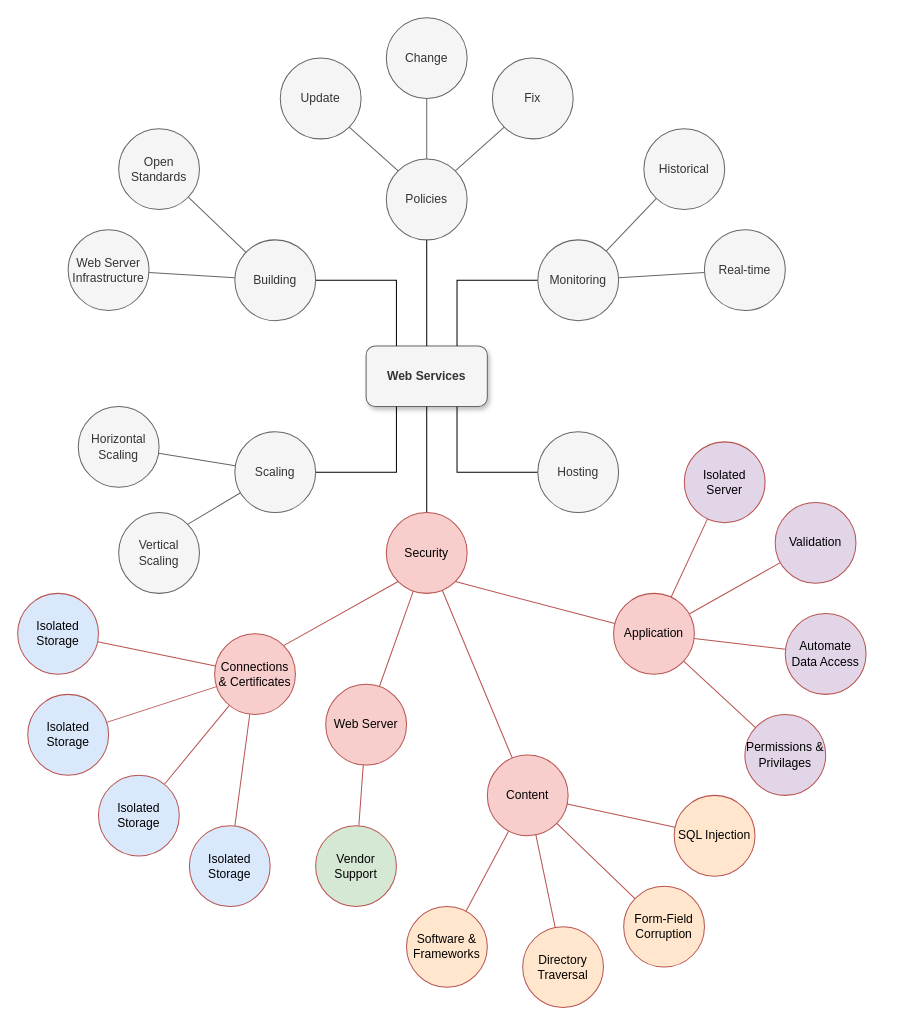
The draw.io diagram uagc/cyb300/Support of a Service - System Security Application.drawio in chongjk88/education, before the edit. Source tidied: cells renumbered, new cells numbered last; positions are measured from the earlier drawing's top-left corner, leaving out a move shared by most shapes. Both pictures are drawn from the tidied source at 101%, with x=0, y=0 at pixel (17, 17).
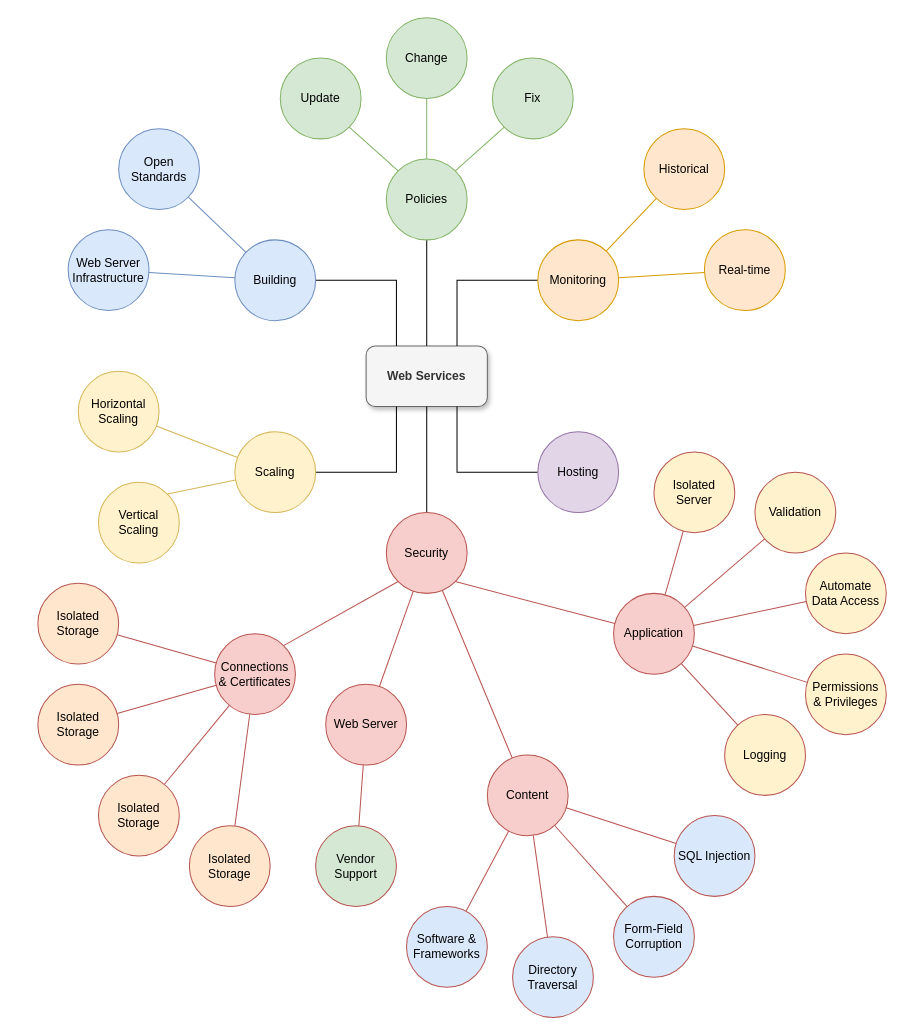
The same page after the edit.

The change refers to these unchanged cells:
```xml
<mxCell id="30" value="Content" style="ellipse;whiteSpace=wrap;html=1;fillColor=#f8cecc;strokeColor=#B85450;" parent="1" vertex="1">
  <mxGeometry x="465" y="730" width="80" height="80" as="geometry" />
</mxCell>
```

The edit, as a diff of the source:
```diff
@@
-    <mxCell id="4" value="Building" style="ellipse;whiteSpace=wrap;html=1;fillColor=#f5f5f5;strokeColor=#666666;fontColor=#333333;" parent="1" vertex="1">
+    <mxCell id="4" value="Building" style="ellipse;whiteSpace=wrap;html=1;fillColor=#dae8fc;strokeColor=#6c8ebf;" parent="1" vertex="1">
       <mxGeometry x="215" y="220" width="80" height="80" as="geometry" />
     </mxCell>
@@
-    <mxCell id="6" value="Policies" style="ellipse;whiteSpace=wrap;html=1;fillColor=#f5f5f5;strokeColor=#666666;fontColor=#333333;" parent="1" vertex="1">
+    <mxCell id="6" value="Policies" style="ellipse;whiteSpace=wrap;html=1;fillColor=#d5e8d4;strokeColor=#82b366;" parent="1" vertex="1">
       <mxGeometry x="365" y="140" width="80" height="80" as="geometry" />
     </mxCell>
@@
-    <mxCell id="8" value="Monitoring" style="ellipse;whiteSpace=wrap;html=1;fillColor=#f5f5f5;strokeColor=#666666;fontColor=#333333;" parent="1" vertex="1">
+    <mxCell id="8" value="Monitoring" style="ellipse;whiteSpace=wrap;html=1;fillColor=#ffe6cc;strokeColor=#d79b00;" parent="1" vertex="1">
       <mxGeometry x="515" y="220" width="80" height="80" as="geometry" />
     </mxCell>
@@
-    <mxCell id="10" value="Scaling" style="ellipse;whiteSpace=wrap;html=1;fillColor=#f5f5f5;strokeColor=#666666;fontColor=#333333;" parent="1" vertex="1">
+    <mxCell id="10" value="Scaling" style="ellipse;whiteSpace=wrap;html=1;fillColor=#fff2cc;strokeColor=#d6b656;" parent="1" vertex="1">
       <mxGeometry x="215" y="410" width="80" height="80" as="geometry" />
     </mxCell>
@@
-    <mxCell id="12" value="Hosting" style="ellipse;whiteSpace=wrap;html=1;fillColor=#f5f5f5;strokeColor=#666666;fontColor=#333333;" parent="1" vertex="1">
+    <mxCell id="12" value="Hosting" style="ellipse;whiteSpace=wrap;html=1;fillColor=#e1d5e7;strokeColor=#9673a6;" parent="1" vertex="1">
       <mxGeometry x="515" y="410" width="80" height="80" as="geometry" />
     </mxCell>
@@
-    <mxCell id="14" value="Security" style="ellipse;whiteSpace=wrap;html=1;fillColor=#f8cecc;strokeColor=#b85450;" parent="1" vertex="1">
+    <mxCell id="14" value="Security" style="ellipse;whiteSpace=wrap;html=1;fillColor=#f8cecc;strokeColor=#B85450;" parent="1" vertex="1">
       <mxGeometry x="365" y="490" width="80" height="80" as="geometry" />
     </mxCell>
-    <mxCell id="15" style="edgeStyle=none;rounded=0;jettySize=auto;html=1;exitX=0;exitY=1;exitDx=0;exitDy=0;entryX=1;entryY=0;entryDx=0;entryDy=0;endArrow=none;endFill=0;fillColor=#f5f5f5;strokeColor=#666666;" parent="1" edge="1" source="16" target="6">
+    <mxCell id="15" style="edgeStyle=none;rounded=0;jettySize=auto;html=1;exitX=0;exitY=1;exitDx=0;exitDy=0;entryX=1;entryY=0;entryDx=0;entryDy=0;endArrow=none;endFill=0;fillColor=#d5e8d4;strokeColor=#82b366;" parent="1" edge="1" source="16" target="6">
       <mxGeometry relative="1" as="geometry" />
     </mxCell>
-    <mxCell id="16" value="Fix" style="ellipse;whiteSpace=wrap;html=1;fillColor=#f5f5f5;strokeColor=#666666;fontColor=#333333;" parent="1" vertex="1">
+    <mxCell id="16" value="Fix" style="ellipse;whiteSpace=wrap;html=1;fillColor=#d5e8d4;strokeColor=#82b366;" parent="1" vertex="1">
       <mxGeometry x="470" y="40" width="80" height="80" as="geometry" />
     </mxCell>
-    <mxCell id="17" style="edgeStyle=none;rounded=0;jettySize=auto;html=1;entryX=0.5;entryY=0;entryDx=0;entryDy=0;endArrow=none;endFill=0;fillColor=#f5f5f5;strokeColor=#666666;" parent="1" edge="1" source="18" target="6">
+    <mxCell id="17" style="edgeStyle=none;rounded=0;jettySize=auto;html=1;entryX=0.5;entryY=0;entryDx=0;entryDy=0;endArrow=none;endFill=0;fillColor=#d5e8d4;strokeColor=#82b366;" parent="1" edge="1" source="18" target="6">
       <mxGeometry relative="1" as="geometry" />
     </mxCell>
-    <mxCell id="18" value="Change" style="ellipse;whiteSpace=wrap;html=1;fillColor=#f5f5f5;strokeColor=#666666;fontColor=#333333;" parent="1" vertex="1">
+    <mxCell id="18" value="Change" style="ellipse;whiteSpace=wrap;html=1;fillColor=#d5e8d4;strokeColor=#82b366;" parent="1" vertex="1">
       <mxGeometry x="365" width="80" height="80" as="geometry" />
     </mxCell>
-    <mxCell id="19" style="rounded=0;jettySize=auto;html=1;exitX=1;exitY=1;exitDx=0;exitDy=0;entryX=0;entryY=0;entryDx=0;entryDy=0;endArrow=none;endFill=0;fillColor=#f5f5f5;strokeColor=#666666;" parent="1" edge="1" source="20" target="6">
+    <mxCell id="19" style="rounded=0;jettySize=auto;html=1;exitX=1;exitY=1;exitDx=0;exitDy=0;entryX=0;entryY=0;entryDx=0;entryDy=0;endArrow=none;endFill=0;fillColor=#d5e8d4;strokeColor=#82b366;" parent="1" edge="1" source="20" target="6">
       <mxGeometry relative="1" as="geometry" />
     </mxCell>
-    <mxCell id="20" value="Update" style="ellipse;whiteSpace=wrap;html=1;fillColor=#f5f5f5;strokeColor=#666666;fontColor=#333333;" parent="1" vertex="1">
+    <mxCell id="20" value="Update" style="ellipse;whiteSpace=wrap;html=1;fillColor=#d5e8d4;strokeColor=#82b366;" parent="1" vertex="1">
       <mxGeometry x="260" y="40" width="80" height="80" as="geometry" />
     </mxCell>
-    <mxCell id="21" style="edgeStyle=none;rounded=0;jettySize=auto;html=1;endArrow=none;endFill=0;fillColor=#f5f5f5;strokeColor=#666666;" parent="1" edge="1" source="22" target="4">
+    <mxCell id="21" style="edgeStyle=none;rounded=0;jettySize=auto;html=1;endArrow=none;endFill=0;fillColor=#dae8fc;strokeColor=#6c8ebf;" parent="1" edge="1" source="22" target="4">
       <mxGeometry relative="1" as="geometry" />
     </mxCell>
-    <mxCell id="22" value="Open Standards" style="ellipse;whiteSpace=wrap;html=1;fillColor=#f5f5f5;strokeColor=#666666;fontColor=#333333;" parent="1" vertex="1">
+    <mxCell id="22" value="Open Standards" style="ellipse;whiteSpace=wrap;html=1;fillColor=#dae8fc;strokeColor=#6c8ebf;" parent="1" vertex="1">
       <mxGeometry x="100" y="110" width="80" height="80" as="geometry" />
     </mxCell>
-    <mxCell id="23" style="edgeStyle=none;rounded=0;jettySize=auto;html=1;endArrow=none;endFill=0;fillColor=#f5f5f5;strokeColor=#666666;" parent="1" edge="1" source="24" target="4">
+    <mxCell id="23" style="edgeStyle=none;rounded=0;jettySize=auto;html=1;endArrow=none;endFill=0;fillColor=#dae8fc;strokeColor=#6c8ebf;" parent="1" edge="1" source="24" target="4">
       <mxGeometry relative="1" as="geometry" />
     </mxCell>
-    <mxCell id="24" value="Web Server Infrastructure" style="ellipse;whiteSpace=wrap;html=1;fillColor=#f5f5f5;strokeColor=#666666;fontColor=#333333;" parent="1" vertex="1">
+    <mxCell id="24" value="Web Server Infrastructure" style="ellipse;whiteSpace=wrap;html=1;fillColor=#dae8fc;strokeColor=#6c8ebf;" parent="1" vertex="1">
       <mxGeometry x="50" y="210" width="80" height="80" as="geometry" />
     </mxCell>
-    <mxCell id="25" style="edgeStyle=none;rounded=0;jettySize=auto;html=1;exitX=1;exitY=0;exitDx=0;exitDy=0;entryX=0;entryY=1;entryDx=0;entryDy=0;endArrow=none;endFill=0;fillColor=#f8cecc;strokeColor=#b85450;" parent="1" edge="1" source="26" target="14">
+    <mxCell id="25" style="edgeStyle=none;rounded=0;jettySize=auto;html=1;exitX=1;exitY=0;exitDx=0;exitDy=0;entryX=0;entryY=1;entryDx=0;entryDy=0;endArrow=none;endFill=0;fillColor=#f8cecc;strokeColor=#B85450;" parent="1" edge="1" source="26" target="14">
       <mxGeometry relative="1" as="geometry" />
     </mxCell>
-    <mxCell id="26" value="Connections &amp;amp; Certificates" style="ellipse;whiteSpace=wrap;html=1;fillColor=#f8cecc;strokeColor=#b85450;" parent="1" vertex="1">
+    <mxCell id="26" value="Connections &amp;amp; Certificates" style="ellipse;whiteSpace=wrap;html=1;fillColor=#f8cecc;strokeColor=#B85450;" parent="1" vertex="1">
       <mxGeometry x="195" y="610" width="80" height="80" as="geometry" />
     </mxCell>
-    <mxCell id="27" style="edgeStyle=none;rounded=0;jettySize=auto;html=1;endArrow=none;endFill=0;fillColor=#f8cecc;strokeColor=#b85450;" parent="1" edge="1" source="28" target="14">
+    <mxCell id="27" style="edgeStyle=none;rounded=0;jettySize=auto;html=1;endArrow=none;endFill=0;fillColor=#f8cecc;strokeColor=#B85450;" parent="1" edge="1" source="28" target="14">
       <mxGeometry relative="1" as="geometry" />
     </mxCell>
-    <mxCell id="28" value="Web Server" style="ellipse;whiteSpace=wrap;html=1;fillColor=#f8cecc;strokeColor=#b85450;" parent="1" vertex="1">
+    <mxCell id="28" value="Web Server" style="ellipse;whiteSpace=wrap;html=1;fillColor=#f8cecc;strokeColor=#B85450;" parent="1" vertex="1">
       <mxGeometry x="305" y="660" width="80" height="80" as="geometry" />
     </mxCell>
-    <mxCell id="29" style="edgeStyle=none;rounded=0;jettySize=auto;html=1;endArrow=none;endFill=0;fillColor=#f8cecc;strokeColor=#b85450;" parent="1" edge="1" source="30" target="14">
+    <mxCell id="29" style="edgeStyle=none;rounded=0;jettySize=auto;html=1;endArrow=none;endFill=0;fillColor=#f8cecc;strokeColor=#B85450;" parent="1" edge="1" source="30" target="14">
       <mxGeometry relative="1" as="geometry" />
     </mxCell>
@@
-    <mxCell id="31" style="edgeStyle=none;rounded=0;jettySize=auto;html=1;entryX=1;entryY=1;entryDx=0;entryDy=0;endArrow=none;endFill=0;fillColor=#f8cecc;strokeColor=#b85450;" parent="1" edge="1" source="32" target="14">
+    <mxCell id="31" style="edgeStyle=none;rounded=0;jettySize=auto;html=1;entryX=1;entryY=1;entryDx=0;entryDy=0;endArrow=none;endFill=0;fillColor=#f8cecc;strokeColor=#B85450;" parent="1" edge="1" source="32" target="14">
       <mxGeometry relative="1" as="geometry" />
     </mxCell>
-    <mxCell id="32" value="Application" style="ellipse;whiteSpace=wrap;html=1;fillColor=#f8cecc;strokeColor=#b85450;" parent="1" vertex="1">
+    <mxCell id="32" value="Application" style="ellipse;whiteSpace=wrap;html=1;fillColor=#f8cecc;strokeColor=#B85450;" parent="1" vertex="1">
       <mxGeometry x="590" y="570" width="80" height="80" as="geometry" />
     </mxCell>
-    <mxCell id="33" style="edgeStyle=none;rounded=0;jettySize=auto;html=1;endArrow=none;endFill=0;fillColor=#f5f5f5;strokeColor=#666666;" parent="1" edge="1" source="34" target="8">
+    <mxCell id="33" style="edgeStyle=none;rounded=0;jettySize=auto;html=1;endArrow=none;endFill=0;fillColor=#ffe6cc;strokeColor=#d79b00;" parent="1" edge="1" source="34" target="8">
       <mxGeometry relative="1" as="geometry" />
     </mxCell>
-    <mxCell id="34" value="Historical" style="ellipse;whiteSpace=wrap;html=1;fillColor=#f5f5f5;strokeColor=#666666;fontColor=#333333;" parent="1" vertex="1">
+    <mxCell id="34" value="Historical" style="ellipse;whiteSpace=wrap;html=1;fillColor=#ffe6cc;strokeColor=#d79b00;" parent="1" vertex="1">
       <mxGeometry x="620" y="110" width="80" height="80" as="geometry" />
     </mxCell>
-    <mxCell id="35" style="edgeStyle=none;rounded=0;jettySize=auto;html=1;endArrow=none;endFill=0;fillColor=#f5f5f5;strokeColor=#666666;" parent="1" edge="1" source="36" target="8">
+    <mxCell id="35" style="edgeStyle=none;rounded=0;jettySize=auto;html=1;endArrow=none;endFill=0;fillColor=#ffe6cc;strokeColor=#d79b00;" parent="1" edge="1" source="36" target="8">
       <mxGeometry relative="1" as="geometry" />
     </mxCell>
-    <mxCell id="36" value="Real-time" style="ellipse;whiteSpace=wrap;html=1;fillColor=#f5f5f5;strokeColor=#666666;fontColor=#333333;" parent="1" vertex="1">
+    <mxCell id="36" value="Real-time" style="ellipse;whiteSpace=wrap;html=1;fillColor=#ffe6cc;strokeColor=#d79b00;" parent="1" vertex="1">
       <mxGeometry x="680" y="210" width="80" height="80" as="geometry" />
     </mxCell>
-    <mxCell id="37" style="edgeStyle=none;rounded=0;jettySize=auto;html=1;endArrow=none;endFill=0;fillColor=#f5f5f5;strokeColor=#666666;" parent="1" edge="1" source="38" target="10">
+    <mxCell id="37" style="edgeStyle=none;rounded=0;jettySize=auto;html=1;endArrow=none;endFill=0;fillColor=#fff2cc;strokeColor=#d6b656;" parent="1" edge="1" source="38" target="10">
       <mxGeometry relative="1" as="geometry" />
     </mxCell>
-    <mxCell id="38" value="Horizontal Scaling" style="ellipse;whiteSpace=wrap;html=1;fillColor=#f5f5f5;strokeColor=#666666;fontColor=#333333;" parent="1" vertex="1">
-      <mxGeometry x="60" y="385" width="80" height="80" as="geometry" />
+    <mxCell id="38" value="Horizontal Scaling" style="ellipse;whiteSpace=wrap;html=1;fillColor=#fff2cc;strokeColor=#d6b656;" parent="1" vertex="1">
+      <mxGeometry x="60" y="350" width="80" height="80" as="geometry" />
     </mxCell>
-    <mxCell id="39" style="edgeStyle=none;rounded=0;jettySize=auto;html=1;exitX=1;exitY=0;exitDx=0;exitDy=0;endArrow=none;endFill=0;fillColor=#f5f5f5;strokeColor=#666666;" parent="1" edge="1" source="40" target="10">
+    <mxCell id="39" style="edgeStyle=none;rounded=0;jettySize=auto;html=1;exitX=1;exitY=0;exitDx=0;exitDy=0;endArrow=none;endFill=0;fillColor=#fff2cc;strokeColor=#d6b656;" parent="1" edge="1" source="40" target="10">
       <mxGeometry relative="1" as="geometry" />
     </mxCell>
-    <mxCell id="40" value="Vertical Scaling" style="ellipse;whiteSpace=wrap;html=1;fillColor=#f5f5f5;strokeColor=#666666;fontColor=#333333;" parent="1" vertex="1">
-      <mxGeometry x="100" y="490" width="80" height="80" as="geometry" />
+    <mxCell id="40" value="Vertical Scaling" style="ellipse;whiteSpace=wrap;html=1;fillColor=#fff2cc;strokeColor=#d6b656;" parent="1" vertex="1">
+      <mxGeometry x="80" y="460" width="80" height="80" as="geometry" />
     </mxCell>
-    <mxCell id="41" style="edgeStyle=none;rounded=0;jettySize=auto;html=1;endArrow=none;endFill=0;fillColor=#f8cecc;strokeColor=#b85450;" parent="1" edge="1" source="42" target="26">
+    <mxCell id="41" style="edgeStyle=none;rounded=0;jettySize=auto;html=1;endArrow=none;endFill=0;fillColor=#f8cecc;strokeColor=#B85450;" parent="1" edge="1" source="42" target="26">
       <mxGeometry relative="1" as="geometry" />
     </mxCell>
-    <mxCell id="42" value="Isolated Storage" style="ellipse;whiteSpace=wrap;html=1;fillColor=#dae8fc;strokeColor=#B85450;" parent="1" vertex="1">
-      <mxGeometry x="10" y="670" width="80" height="80" as="geometry" />
+    <mxCell id="42" value="Isolated Storage" style="ellipse;whiteSpace=wrap;html=1;fillColor=#ffe6cc;strokeColor=#B85450;" parent="1" vertex="1">
+      <mxGeometry x="20" y="660" width="80" height="80" as="geometry" />
     </mxCell>
-    <mxCell id="43" style="edgeStyle=none;rounded=0;jettySize=auto;html=1;endArrow=none;endFill=0;fillColor=#f8cecc;strokeColor=#b85450;" parent="1" edge="1" source="44" target="26">
+    <mxCell id="43" style="edgeStyle=none;rounded=0;jettySize=auto;html=1;endArrow=none;endFill=0;fillColor=#f8cecc;strokeColor=#B85450;" parent="1" edge="1" source="44" target="26">
       <mxGeometry relative="1" as="geometry" />
     </mxCell>
-    <mxCell id="44" value="Isolated Storage" style="ellipse;whiteSpace=wrap;html=1;fillColor=#dae8fc;strokeColor=#B85450;" parent="1" vertex="1">
+    <mxCell id="44" value="Isolated Storage" style="ellipse;whiteSpace=wrap;html=1;fillColor=#ffe6cc;strokeColor=#B85450;" parent="1" vertex="1">
       <mxGeometry x="80" y="750" width="80" height="80" as="geometry" />
     </mxCell>
-    <mxCell id="45" style="rounded=0;jettySize=auto;html=1;endArrow=none;endFill=0;fillColor=#f8cecc;strokeColor=#b85450;" parent="1" edge="1" source="46" target="26">
+    <mxCell id="45" style="rounded=0;jettySize=auto;html=1;endArrow=none;endFill=0;fillColor=#f8cecc;strokeColor=#B85450;" parent="1" edge="1" source="46" target="26">
       <mxGeometry relative="1" as="geometry" />
     </mxCell>
-    <mxCell id="46" value="Isolated Storage" style="ellipse;whiteSpace=wrap;html=1;fillColor=#dae8fc;strokeColor=#B85450;" parent="1" vertex="1">
-      <mxGeometry y="570" width="80" height="80" as="geometry" />
+    <mxCell id="46" value="Isolated Storage" style="ellipse;whiteSpace=wrap;html=1;fillColor=#ffe6cc;strokeColor=#B85450;" parent="1" vertex="1">
+      <mxGeometry x="20" y="560" width="80" height="80" as="geometry" />
     </mxCell>
-    <mxCell id="47" style="edgeStyle=none;rounded=0;jettySize=auto;html=1;endArrow=none;endFill=0;fillColor=#f8cecc;strokeColor=#b85450;" parent="1" edge="1" source="48" target="26">
+    <mxCell id="47" style="edgeStyle=none;rounded=0;jettySize=auto;html=1;endArrow=none;endFill=0;fillColor=#f8cecc;strokeColor=#B85450;" parent="1" edge="1" source="48" target="26">
       <mxGeometry relative="1" as="geometry" />
     </mxCell>
-    <mxCell id="48" value="Isolated Storage" style="ellipse;whiteSpace=wrap;html=1;fillColor=#dae8fc;strokeColor=#B85450;" parent="1" vertex="1">
+    <mxCell id="48" value="Isolated Storage" style="ellipse;whiteSpace=wrap;html=1;fillColor=#ffe6cc;strokeColor=#B85450;" parent="1" vertex="1">
       <mxGeometry x="170" y="800" width="80" height="80" as="geometry" />
     </mxCell>
@@
-    <mxCell id="52" value="Software &amp;amp; Frameworks" style="ellipse;whiteSpace=wrap;html=1;fillColor=#ffe6cc;strokeColor=#B85450;" parent="1" vertex="1">
+    <mxCell id="52" value="Software &amp;amp; Frameworks" style="ellipse;whiteSpace=wrap;html=1;fillColor=#dae8fc;strokeColor=#B85450;" parent="1" vertex="1">
       <mxGeometry x="385" y="880" width="80" height="80" as="geometry" />
     </mxCell>
@@
-    <mxCell id="54" value="Directory Traversal" style="ellipse;whiteSpace=wrap;html=1;fillColor=#ffe6cc;strokeColor=#B85450;" parent="1" vertex="1">
-      <mxGeometry x="500" y="900" width="80" height="80" as="geometry" />
+    <mxCell id="54" value="Directory Traversal" style="ellipse;whiteSpace=wrap;html=1;fillColor=#dae8fc;strokeColor=#B85450;" parent="1" vertex="1">
+      <mxGeometry x="490" y="910" width="80" height="80" as="geometry" />
     </mxCell>
@@
-    <mxCell id="56" value="Form-Field Corruption" style="ellipse;whiteSpace=wrap;html=1;fillColor=#ffe6cc;strokeColor=#B85450;" parent="1" vertex="1">
-      <mxGeometry x="600" y="860" width="80" height="80" as="geometry" />
+    <mxCell id="56" value="Form-Field Corruption" style="ellipse;whiteSpace=wrap;html=1;fillColor=#dae8fc;strokeColor=#B85450;" parent="1" vertex="1">
+      <mxGeometry x="590" y="870" width="80" height="80" as="geometry" />
     </mxCell>
@@
-    <mxCell id="58" value="SQL Injection" style="ellipse;whiteSpace=wrap;html=1;fillColor=#ffe6cc;strokeColor=#B85450;" parent="1" vertex="1">
-      <mxGeometry x="650" y="770" width="80" height="80" as="geometry" />
+    <mxCell id="58" value="SQL Injection" style="ellipse;whiteSpace=wrap;html=1;fillColor=#dae8fc;strokeColor=#B85450;" parent="1" vertex="1">
+      <mxGeometry x="650" y="790" width="80" height="80" as="geometry" />
     </mxCell>
@@
-    <mxCell id="60" value="Permissions &amp;amp; Privilages" style="ellipse;whiteSpace=wrap;html=1;fillColor=#e1d5e7;strokeColor=#B85450;" parent="1" vertex="1">
-      <mxGeometry x="720" y="690" width="80" height="80" as="geometry" />
+    <mxCell id="60" value="Permissions &lt;br&gt;&amp;amp; Privileges" style="ellipse;whiteSpace=wrap;html=1;fillColor=#fff2cc;strokeColor=#B85450;" parent="1" vertex="1">
+      <mxGeometry x="780" y="630" width="80" height="80" as="geometry" />
     </mxCell>
@@
-    <mxCell id="62" value="Automate Data Access" style="ellipse;whiteSpace=wrap;html=1;fillColor=#e1d5e7;strokeColor=#B85450;" parent="1" vertex="1">
-      <mxGeometry x="760" y="590" width="80" height="80" as="geometry" />
+    <mxCell id="62" value="Automate Data Access" style="ellipse;whiteSpace=wrap;html=1;fillColor=#fff2cc;strokeColor=#B85450;" parent="1" vertex="1">
+      <mxGeometry x="780" y="530" width="80" height="80" as="geometry" />
     </mxCell>
@@
-    <mxCell id="64" value="Validation" style="ellipse;whiteSpace=wrap;html=1;fillColor=#e1d5e7;strokeColor=#B85450;" parent="1" vertex="1">
-      <mxGeometry x="750" y="480" width="80" height="80" as="geometry" />
+    <mxCell id="64" value="Validation" style="ellipse;whiteSpace=wrap;html=1;fillColor=#fff2cc;strokeColor=#B85450;" parent="1" vertex="1">
+      <mxGeometry x="730" y="450" width="80" height="80" as="geometry" />
     </mxCell>
@@
-    <mxCell id="66" value="Isolated Server" style="ellipse;whiteSpace=wrap;html=1;fillColor=#e1d5e7;strokeColor=#B85450;" parent="1" vertex="1">
-      <mxGeometry x="660" y="420" width="80" height="80" as="geometry" />
+    <mxCell id="66" value="Isolated Server" style="ellipse;whiteSpace=wrap;html=1;fillColor=#fff2cc;strokeColor=#B85450;" parent="1" vertex="1">
+      <mxGeometry x="630" y="430" width="80" height="80" as="geometry" />
     </mxCell>
+    <mxCell id="67" style="edgeStyle=none;rounded=0;jettySize=auto;html=1;endArrow=none;endFill=0;strokeColor=#B85450;" parent="1" edge="1" source="68" target="32">
+      <mxGeometry relative="1" as="geometry" />
+    </mxCell>
+    <mxCell id="68" value="Logging" style="ellipse;whiteSpace=wrap;html=1;fillColor=#fff2cc;strokeColor=#B85450;" parent="1" vertex="1">
+      <mxGeometry x="700" y="690" width="80" height="80" as="geometry" />
+    </mxCell>
```
